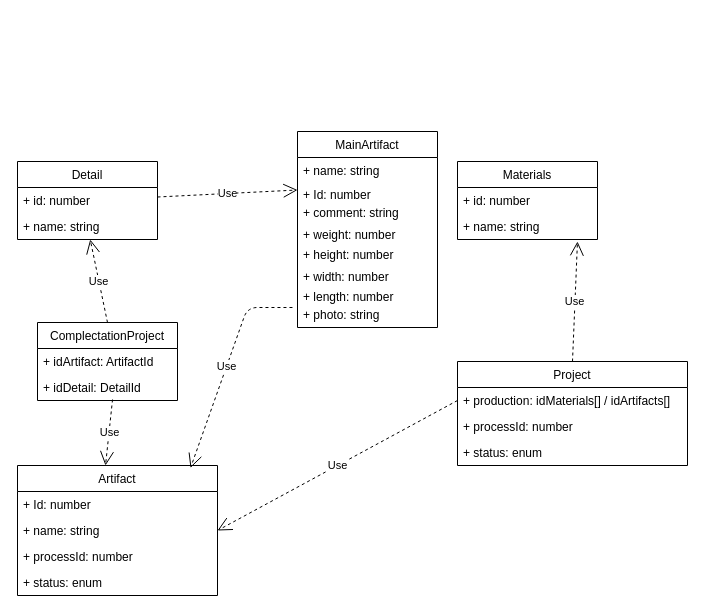
Before: Artifacts/Artifacts_Diagram.drawio in CloudOpsMaster/factoryBusinessOptimisation, a draw.io diagram. Source tidied: cells renumbered, new cells numbered last; positions are measured from the earlier drawing's top-left corner, leaving out a move shared by most shapes. Both pictures are drawn from the tidied source at 100%, with x=0, y=0 at pixel (17, 131).
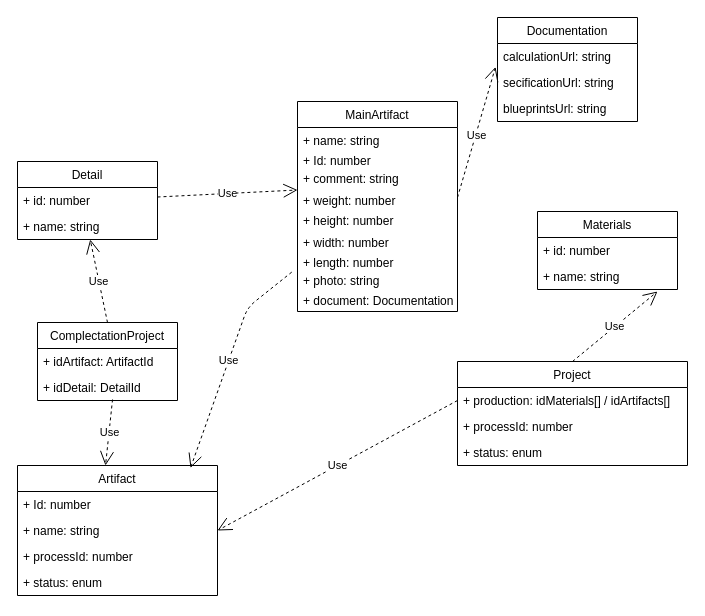
After the change.

The edit, as a diff of the source:
```diff
@@
     <mxCell id="2" value="MainArtifact" style="swimlane;fontStyle=0;horizontal=1;startSize=26;fillColor=none;" parent="1" vertex="1">
-      <mxGeometry x="280" width="140" height="196" as="geometry" />
+      <mxGeometry x="280" y="-30" width="160" height="210" as="geometry" />
     </mxCell>
     <mxCell id="3" value="+ name: string" style="text;strokeColor=none;fillColor=none;align=left;verticalAlign=top;spacingLeft=4;spacingRight=4;overflow=hidden;" parent="2" vertex="1">
-      <mxGeometry y="26" width="140" height="24" as="geometry" />
+      <mxGeometry y="26" width="160" height="20" as="geometry" />
     </mxCell>
     <mxCell id="4" value="+ Id: number" style="text;strokeColor=none;fillColor=none;align=left;verticalAlign=top;spacingLeft=4;spacingRight=4;overflow=hidden;" parent="2" vertex="1">
-      <mxGeometry y="50" width="140" height="18" as="geometry" />
+      <mxGeometry y="46" width="160" height="18" as="geometry" />
     </mxCell>
     <mxCell id="5" value="+ comment: string" style="text;strokeColor=none;fillColor=none;align=left;verticalAlign=top;spacingLeft=4;spacingRight=4;overflow=hidden;" parent="2" vertex="1">
-      <mxGeometry y="68" width="140" height="22" as="geometry" />
+      <mxGeometry y="64" width="160" height="22" as="geometry" />
     </mxCell>
     <mxCell id="6" value="+ weight: number" style="text;strokeColor=none;fillColor=none;align=left;verticalAlign=top;spacingLeft=4;spacingRight=4;overflow=hidden;points=[[0,0.5],[1,0.5]];portConstraint=eastwest;" parent="2" vertex="1">
-      <mxGeometry y="90" width="140" height="20" as="geometry" />
+      <mxGeometry y="86" width="160" height="20" as="geometry" />
     </mxCell>
     <mxCell id="7" value="+ height: number" style="text;strokeColor=none;fillColor=none;align=left;verticalAlign=top;spacingLeft=4;spacingRight=4;overflow=hidden;" parent="2" vertex="1">
-      <mxGeometry y="110" width="140" height="22" as="geometry" />
+      <mxGeometry y="106" width="160" height="22" as="geometry" />
     </mxCell>
     <mxCell id="8" value="+ width: number" style="text;strokeColor=none;fillColor=none;align=left;verticalAlign=top;spacingLeft=4;spacingRight=4;overflow=hidden;" parent="2" vertex="1">
-      <mxGeometry y="132" width="140" height="20" as="geometry" />
+      <mxGeometry y="128" width="160" height="20" as="geometry" />
     </mxCell>
     <mxCell id="9" value="+ length: number" style="text;strokeColor=none;fillColor=none;align=left;verticalAlign=top;spacingLeft=4;spacingRight=4;overflow=hidden;" parent="2" vertex="1">
-      <mxGeometry y="152" width="140" height="18" as="geometry" />
+      <mxGeometry y="148" width="160" height="18" as="geometry" />
     </mxCell>
     <mxCell id="10" value="+ photo: string" style="text;strokeColor=none;fillColor=none;align=left;verticalAlign=top;spacingLeft=4;spacingRight=4;overflow=hidden;points=[[0,0.5],[1,0.5]];portConstraint=eastwest;" parent="2" vertex="1">
-      <mxGeometry y="170" width="140" height="26" as="geometry" />
+      <mxGeometry y="166" width="160" height="20" as="geometry" />
     </mxCell>
+    <mxCell id="35" value="+ document: Documentation" style="text;strokeColor=none;fillColor=none;align=left;verticalAlign=top;spacingLeft=4;spacingRight=4;overflow=hidden;" parent="2" vertex="1">
+      <mxGeometry y="186" width="160" height="24" as="geometry" />
+    </mxCell>
@@
     <mxCell id="25" value="Materials" style="swimlane;fontStyle=0;horizontal=1;startSize=26;fillColor=none;" parent="1" vertex="1">
-      <mxGeometry x="440" y="30" width="140" height="78" as="geometry" />
+      <mxGeometry x="520" y="80" width="140" height="78" as="geometry" />
     </mxCell>
@@
+    <mxCell id="36" value="Documentation" style="swimlane;fontStyle=0;horizontal=1;startSize=26;fillColor=none;" parent="1" vertex="1">
+      <mxGeometry x="480" y="-114" width="140" height="104" as="geometry" />
+    </mxCell>
+    <mxCell id="37" value="calculationUrl: string" style="text;strokeColor=none;fillColor=none;align=left;verticalAlign=top;spacingLeft=4;spacingRight=4;overflow=hidden;" parent="36" vertex="1">
+      <mxGeometry y="26" width="140" height="26" as="geometry" />
+    </mxCell>
+    <mxCell id="38" value="secificationUrl: string" style="text;strokeColor=none;fillColor=none;align=left;verticalAlign=top;spacingLeft=4;spacingRight=4;overflow=hidden;points=[[0,0.5],[1,0.5]];portConstraint=eastwest;" parent="36" vertex="1">
+      <mxGeometry y="52" width="140" height="26" as="geometry" />
+    </mxCell>
+    <mxCell id="39" value="blueprintsUrl: string" style="text;strokeColor=none;fillColor=none;align=left;verticalAlign=top;spacingLeft=4;spacingRight=4;overflow=hidden;" parent="36" vertex="1">
+      <mxGeometry y="78" width="140" height="26" as="geometry" />
+    </mxCell>
+    <mxCell id="40" value="Use" style="endArrow=open;endSize=12;dashed=1;html=1;exitX=1;exitY=0.5;exitDx=0;exitDy=0;entryX=-0.014;entryY=-0.1;entryDx=0;entryDy=0;entryPerimeter=0;" parent="1" edge="1" source="6" target="38">
+      <mxGeometry x="-0.05" y="-1" relative="1" as="geometry" />
+    </mxCell>
```
